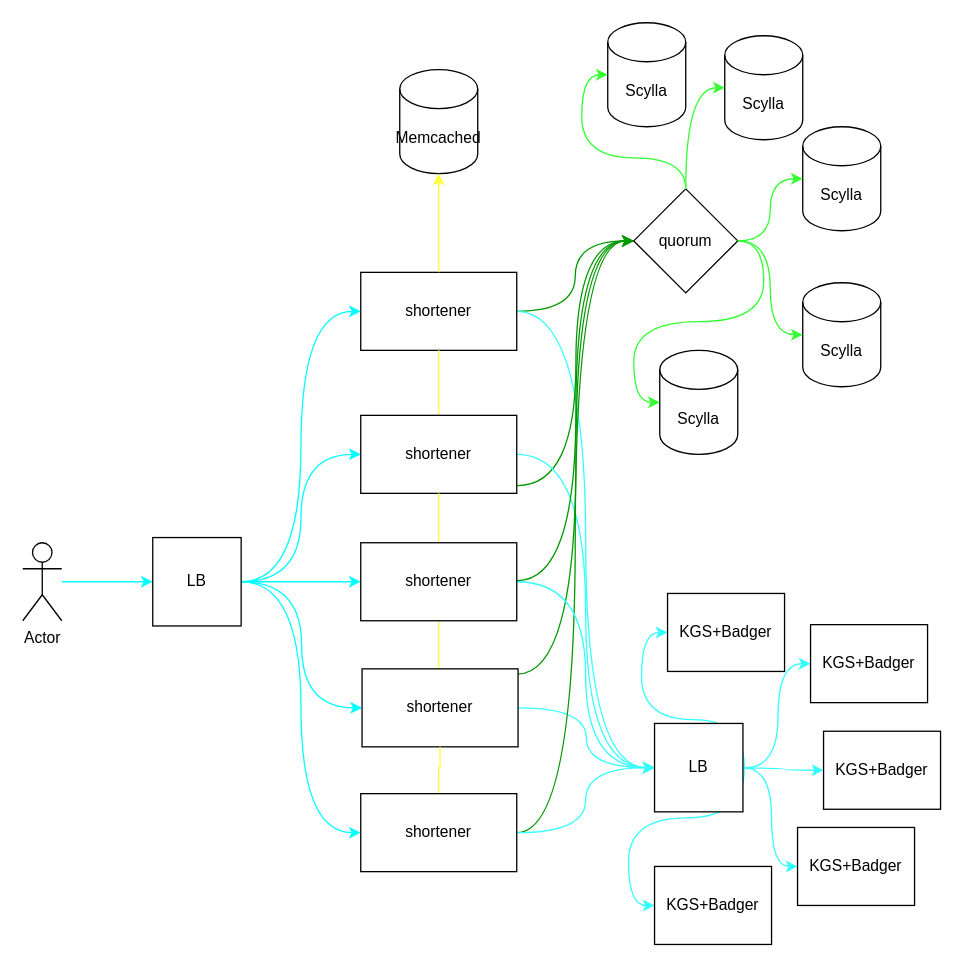
This is docs/detailed.drawio from alirezaarzehgar/url-shortener, a draw.io file, before an edit. Source tidied: cells renumbered, new cells numbered last; positions are measured from the earlier drawing's top-left corner, leaving out a move shared by most shapes. Both pictures are drawn from the tidied source at 130%, with x=0, y=0 at pixel (22, 22).
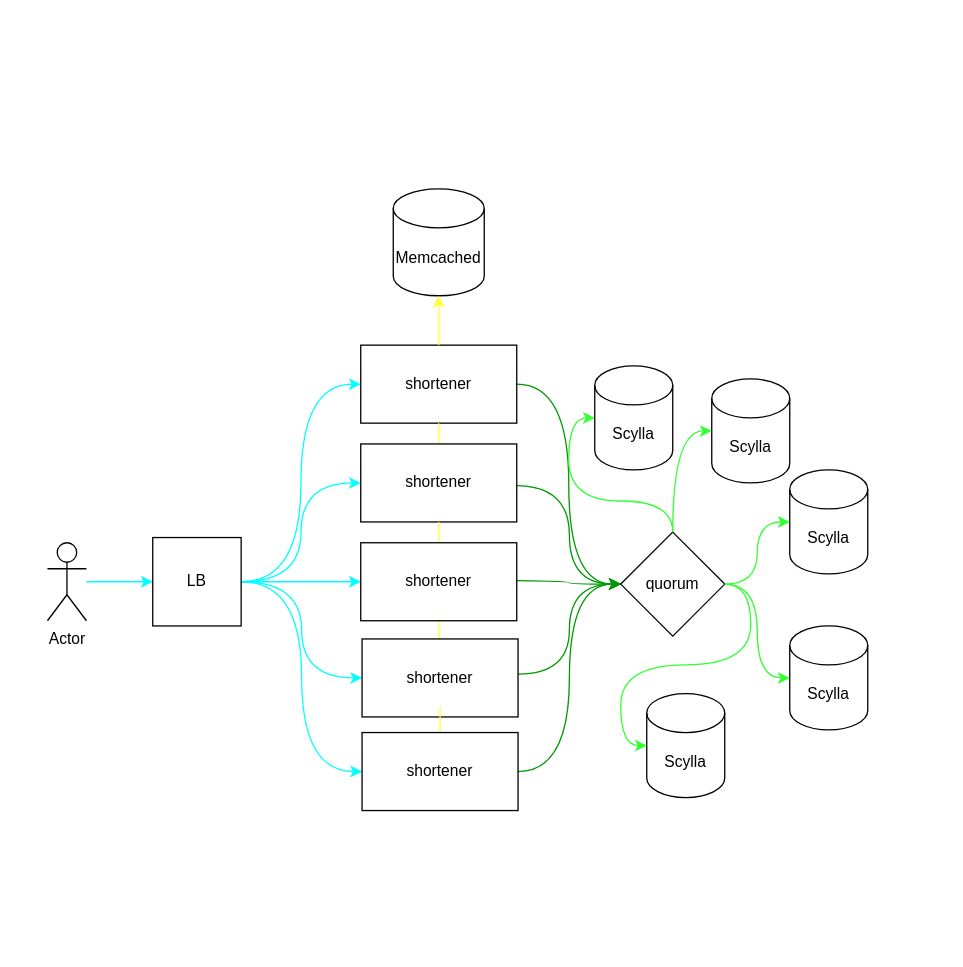
After the change.

The change refers to these unchanged cells:
```xml
<mxCell id="27" value="shortener" style="whiteSpace=wrap;html=1;" parent="1" vertex="1">
  <mxGeometry x="260" y="400" width="120" height="60" as="geometry" />
</mxCell>
```

Change to the diagram source:
```diff
@@
     <mxCell id="6" value="Actor" style="shape=umlActor;verticalLabelPosition=bottom;verticalAlign=top;html=1;outlineConnect=0;" parent="1" vertex="1">
-      <mxGeometry y="400" width="30" height="60" as="geometry" />
+      <mxGeometry x="19" y="400" width="30" height="60" as="geometry" />
     </mxCell>
@@
-    <mxCell id="8" style="edgeStyle=orthogonalEdgeStyle;rounded=0;jettySize=auto;html=1;entryX=0;entryY=0.5;entryDx=0;entryDy=0;curved=1;strokeColor=#33FFFF;" parent="1" edge="1" source="9" target="46">
-      <mxGeometry relative="1" as="geometry" />
-    </mxCell>
     <mxCell id="9" value="shortener" style="whiteSpace=wrap;html=1;" parent="1" vertex="1">
-      <mxGeometry x="260" y="192" width="120" height="60" as="geometry" />
+      <mxGeometry x="260" y="248" width="120" height="60" as="geometry" />
     </mxCell>
@@
-    <mxCell id="11" style="edgeStyle=orthogonalEdgeStyle;rounded=0;jettySize=auto;html=1;entryX=0;entryY=0.5;entryDx=0;entryDy=0;curved=1;strokeColor=#33FFFF;" parent="1" edge="1" source="13" target="46">
-      <mxGeometry relative="1" as="geometry" />
-    </mxCell>
@@
     <mxCell id="13" value="shortener" style="whiteSpace=wrap;html=1;" parent="1" vertex="1">
-      <mxGeometry x="260" y="302" width="120" height="60" as="geometry" />
+      <mxGeometry x="260" y="324" width="120" height="60" as="geometry" />
     </mxCell>
@@
-    <mxCell id="16" style="edgeStyle=orthogonalEdgeStyle;rounded=0;jettySize=auto;html=1;curved=1;strokeColor=#33FFFF;entryX=0;entryY=0.5;entryDx=0;entryDy=0;" parent="1" edge="1" source="18" target="46">
-      <mxGeometry relative="1" as="geometry" />
-    </mxCell>
@@
     <mxCell id="18" value="shortener" style="whiteSpace=wrap;html=1;" parent="1" vertex="1">
-      <mxGeometry x="261" y="497" width="120" height="60" as="geometry" />
+      <mxGeometry x="261" y="474" width="120" height="60" as="geometry" />
     </mxCell>
@@
-    <mxCell id="21" style="edgeStyle=orthogonalEdgeStyle;rounded=0;jettySize=auto;html=1;entryX=0;entryY=0.5;entryDx=0;entryDy=0;curved=1;strokeColor=#33FFFF;" parent="1" edge="1" source="23" target="46">
-      <mxGeometry relative="1" as="geometry" />
-    </mxCell>
@@
     <mxCell id="23" value="shortener" style="whiteSpace=wrap;html=1;" parent="1" vertex="1">
-      <mxGeometry x="260" y="593" width="120" height="60" as="geometry" />
+      <mxGeometry x="261" y="546" width="120" height="60" as="geometry" />
     </mxCell>
@@
-    <mxCell id="25" style="edgeStyle=orthogonalEdgeStyle;rounded=0;jettySize=auto;html=1;curved=1;strokeColor=#33FFFF;entryX=0;entryY=0.5;entryDx=0;entryDy=0;" parent="1" edge="1" source="27" target="46">
-      <mxGeometry relative="1" as="geometry" />
-    </mxCell>
@@
     <mxCell id="28" value="Scylla" style="shape=cylinder3;whiteSpace=wrap;html=1;boundedLbl=1;backgroundOutline=1;size=15;" parent="1" vertex="1">
-      <mxGeometry x="540" y="10" width="60" height="80" as="geometry" />
+      <mxGeometry x="530" y="274" width="60" height="80" as="geometry" />
     </mxCell>
     <mxCell id="29" value="Scylla" style="shape=cylinder3;whiteSpace=wrap;html=1;boundedLbl=1;backgroundOutline=1;size=15;" parent="1" vertex="1">
-      <mxGeometry x="450" width="60" height="80" as="geometry" />
+      <mxGeometry x="440" y="264" width="60" height="80" as="geometry" />
     </mxCell>
     <mxCell id="30" value="Scylla" style="shape=cylinder3;whiteSpace=wrap;html=1;boundedLbl=1;backgroundOutline=1;size=15;" parent="1" vertex="1">
-      <mxGeometry x="600" y="80" width="60" height="80" as="geometry" />
+      <mxGeometry x="590" y="344" width="60" height="80" as="geometry" />
     </mxCell>
     <mxCell id="31" value="Scylla" style="shape=cylinder3;whiteSpace=wrap;html=1;boundedLbl=1;backgroundOutline=1;size=15;" parent="1" vertex="1">
-      <mxGeometry x="600" y="200" width="60" height="80" as="geometry" />
+      <mxGeometry x="590" y="464" width="60" height="80" as="geometry" />
     </mxCell>
     <mxCell id="32" value="Scylla" style="shape=cylinder3;whiteSpace=wrap;html=1;boundedLbl=1;backgroundOutline=1;size=15;" parent="1" vertex="1">
-      <mxGeometry x="490" y="252" width="60" height="80" as="geometry" />
+      <mxGeometry x="480" y="516" width="60" height="80" as="geometry" />
     </mxCell>
     <mxCell id="33" value="quorum" style="rhombus;whiteSpace=wrap;html=1;" parent="1" vertex="1">
-      <mxGeometry x="470" y="127.8" width="80" height="80" as="geometry" />
+      <mxGeometry x="460" y="391.8" width="80" height="80" as="geometry" />
     </mxCell>
-    <mxCell id="34" style="edgeStyle=orthogonalEdgeStyle;rounded=0;orthogonalLoop=1;jettySize=auto;html=1;exitX=0.5;exitY=1;exitDx=0;exitDy=0;exitPerimeter=0;" parent="1" edge="1">
-      <mxGeometry relative="1" as="geometry">
-        <mxPoint x="496" y="391" as="sourcePoint" />
-        <mxPoint x="496" y="391" as="targetPoint" />
-      </mxGeometry>
-    </mxCell>
@@
-    <mxCell id="41" style="edgeStyle=orthogonalEdgeStyle;rounded=0;jettySize=auto;html=1;entryX=0;entryY=0.5;entryDx=0;entryDy=0;curved=1;strokeColor=#33FFFF;" parent="1" edge="1" target="50">
-      <mxGeometry relative="1" as="geometry">
-        <mxPoint x="555" y="573.1" as="sourcePoint" />
-      </mxGeometry>
-    </mxCell>
-    <mxCell id="42" style="edgeStyle=orthogonalEdgeStyle;rounded=0;jettySize=auto;html=1;entryX=0;entryY=0.5;entryDx=0;entryDy=0;curved=1;strokeColor=#33FFFF;" parent="1" edge="1" target="51">
-      <mxGeometry relative="1" as="geometry">
-        <mxPoint x="555" y="573.1" as="sourcePoint" />
-      </mxGeometry>
-    </mxCell>
-    <mxCell id="43" style="edgeStyle=orthogonalEdgeStyle;rounded=0;jettySize=auto;html=1;entryX=0;entryY=0.5;entryDx=0;entryDy=0;curved=1;strokeColor=#33FFFF;" parent="1" edge="1" target="49">
-      <mxGeometry relative="1" as="geometry">
-        <mxPoint x="555" y="573.1" as="sourcePoint" />
-      </mxGeometry>
-    </mxCell>
-    <mxCell id="44" style="edgeStyle=orthogonalEdgeStyle;rounded=0;jettySize=auto;html=1;entryX=0;entryY=0.5;entryDx=0;entryDy=0;curved=1;strokeColor=#33FFFF;" parent="1" edge="1" target="48">
-      <mxGeometry relative="1" as="geometry">
-        <mxPoint x="555" y="573.1" as="sourcePoint" />
-      </mxGeometry>
-    </mxCell>
-    <mxCell id="45" style="edgeStyle=orthogonalEdgeStyle;rounded=0;jettySize=auto;html=1;entryX=0;entryY=0.5;entryDx=0;entryDy=0;curved=1;strokeColor=#33FFFF;" parent="1" edge="1" target="47">
-      <mxGeometry relative="1" as="geometry">
-        <mxPoint x="555" y="573.1" as="sourcePoint" />
-      </mxGeometry>
-    </mxCell>
-    <mxCell id="46" value="LB" style="whiteSpace=wrap;html=1;" parent="1" vertex="1">
-      <mxGeometry x="486" y="539" width="68" height="68" as="geometry" />
-    </mxCell>
-    <mxCell id="47" value="KGS+Badger" style="rounded=0;whiteSpace=wrap;html=1;" parent="1" vertex="1">
-      <mxGeometry x="486" y="649" width="90" height="60" as="geometry" />
-    </mxCell>
-    <mxCell id="48" value="KGS+Badger" style="rounded=0;whiteSpace=wrap;html=1;" parent="1" vertex="1">
-      <mxGeometry x="596" y="619" width="90" height="60" as="geometry" />
-    </mxCell>
-    <mxCell id="49" value="KGS+Badger" style="rounded=0;whiteSpace=wrap;html=1;" parent="1" vertex="1">
-      <mxGeometry x="616" y="545" width="90" height="60" as="geometry" />
-    </mxCell>
-    <mxCell id="50" value="KGS+Badger" style="rounded=0;whiteSpace=wrap;html=1;" parent="1" vertex="1">
-      <mxGeometry x="496" y="439" width="90" height="60" as="geometry" />
-    </mxCell>
-    <mxCell id="51" value="KGS+Badger" style="rounded=0;whiteSpace=wrap;html=1;" parent="1" vertex="1">
-      <mxGeometry x="606" y="463" width="90" height="60" as="geometry" />
-    </mxCell>
     <mxCell id="52" value="Memcached" style="shape=cylinder3;whiteSpace=wrap;html=1;boundedLbl=1;backgroundOutline=1;size=15;" parent="1" vertex="1">
-      <mxGeometry x="290" y="36" width="60" height="80" as="geometry" />
+      <mxGeometry x="285" y="127.8" width="70" height="82.2" as="geometry" />
     </mxCell>
```
